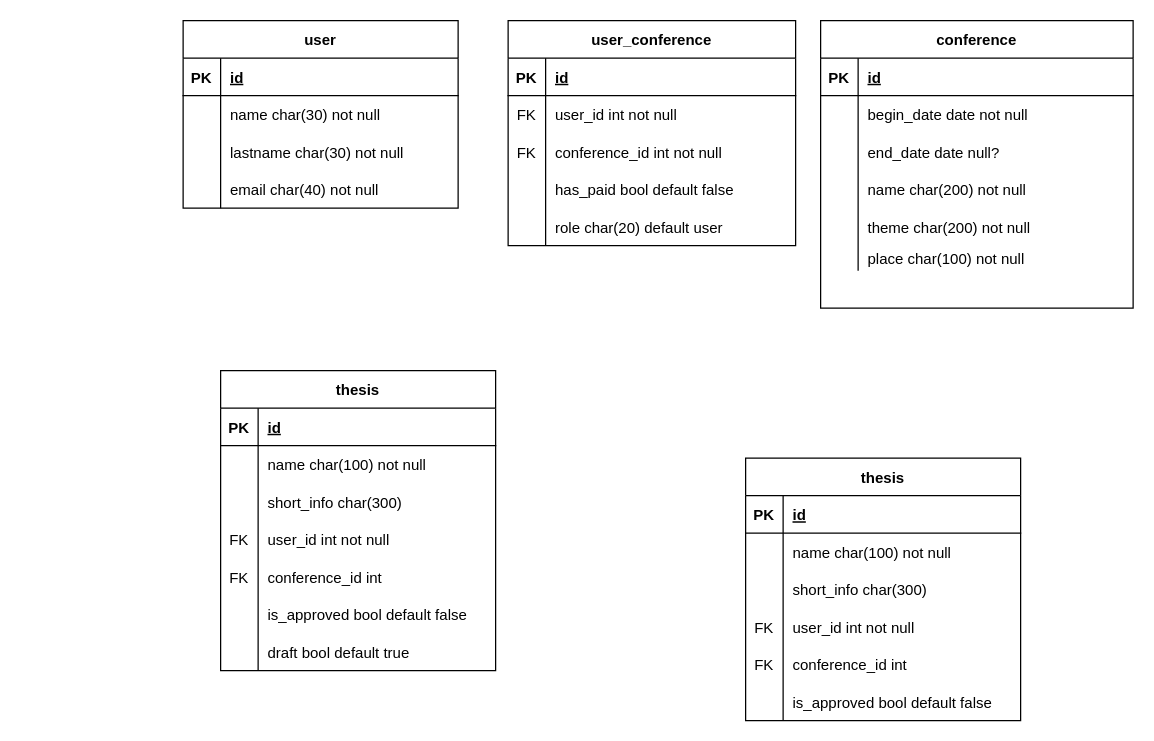
vittrum/dbc_conference keeps this draw.io diagram as ER.drawio. Above is the earlier version. Source tidied: cells renumbered, new cells numbered last; positions are measured from the earlier drawing's top-left corner, leaving out a move shared by most shapes. Both pictures are drawn from the tidied source at 125%, with x=0, y=0 at pixel (182, 20).
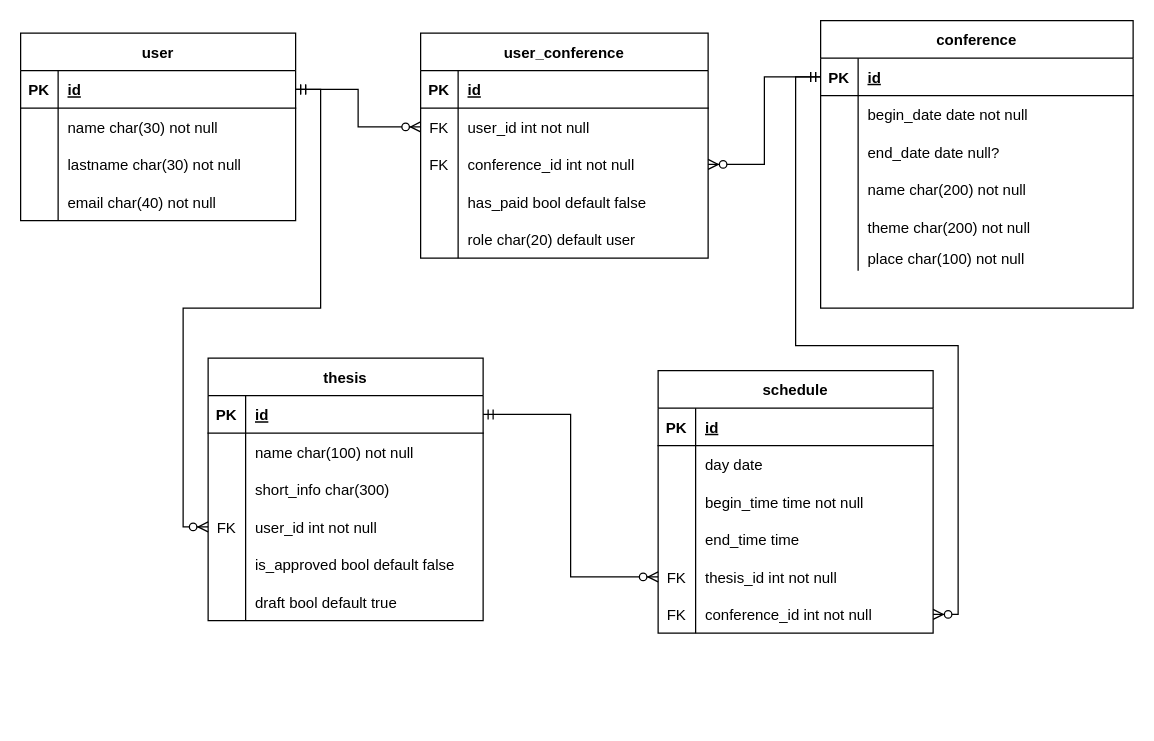
The same diagram, later.

The change refers to these unchanged cells:
```xml
<mxCell id="3" style="shape=partialRectangle;fillColor=none;points=[[0,0.5],[1,0.5]];portConstraint=eastwest;top=0;left=0;right=0;bottom=1;" parent="2" vertex="1">
  <mxGeometry y="30" width="220" height="30" as="geometry" />
</mxCell>
<mxCell id="16" style="shape=partialRectangle;fillColor=none;points=[[0,0.5],[1,0.5]];portConstraint=eastwest;top=0;left=0;right=0;bottom=1;" parent="15" vertex="1">
  <mxGeometry y="30" width="250" height="30" as="geometry" />
</mxCell>
<mxCell id="38" style="shape=partialRectangle;fillColor=none;points=[[0,0.5],[1,0.5]];portConstraint=eastwest;top=0;left=0;right=0;bottom=0;" parent="34" vertex="1">
  <mxGeometry y="60" width="230" height="30" as="geometry" />
</mxCell>
<mxCell id="41" style="shape=partialRectangle;fillColor=none;points=[[0,0.5],[1,0.5]];portConstraint=eastwest;top=0;left=0;right=0;bottom=0;" parent="34" vertex="1">
  <mxGeometry y="90" width="230" height="30" as="geometry" />
</mxCell>
<mxCell id="51" style="shape=partialRectangle;fillColor=none;points=[[0,0.5],[1,0.5]];portConstraint=eastwest;top=0;left=0;right=0;bottom=1;" parent="50" vertex="1">
  <mxGeometry y="30" width="220" height="30" as="geometry" />
</mxCell>
<mxCell id="60" style="shape=partialRectangle;fillColor=none;points=[[0,0.5],[1,0.5]];portConstraint=eastwest;top=0;left=0;right=0;bottom=0;" parent="50" vertex="1">
  <mxGeometry y="120" width="220" height="30" as="geometry" />
</mxCell>
<mxCell id="76" style="shape=partialRectangle;fillColor=none;top=0;left=0;right=0;bottom=0;" parent="72" vertex="1">
  <mxGeometry y="60" width="220" height="30" as="geometry" />
</mxCell>
<mxCell id="79" style="shape=partialRectangle;fillColor=none;top=0;left=0;right=0;bottom=0;" parent="72" vertex="1">
  <mxGeometry y="90" width="220" height="30" as="geometry" />
</mxCell>
<mxCell id="82" style="shape=partialRectangle;fillColor=none;top=0;left=0;right=0;bottom=0;" parent="72" vertex="1">
  <mxGeometry y="120" width="220" height="30" as="geometry" />
</mxCell>
```

What changed in the source:
```diff
@@
     <mxCell id="2" value="user" style="shape=table;startSize=30;childLayout=tableLayout;rowLines=0;fontStyle=1;align=center;" parent="1" vertex="1">
-      <mxGeometry width="220" height="150" as="geometry" />
+      <mxGeometry x="-130" y="10" width="220" height="150" as="geometry" />
     </mxCell>
@@
     <mxCell id="34" value="user_conference" style="shape=table;startSize=30;childLayout=tableLayout;rowLines=0;fontStyle=1;align=center;" parent="1" vertex="1">
-      <mxGeometry x="260" width="230" height="180" as="geometry" />
+      <mxGeometry x="190" y="10" width="230" height="180" as="geometry" />
     </mxCell>
@@
     <mxCell id="50" value="thesis" style="shape=table;startSize=30;childLayout=tableLayout;rowLines=0;fontStyle=1;align=center;" parent="1" vertex="1">
-      <mxGeometry x="30" y="280" width="220" height="240" as="geometry" />
+      <mxGeometry x="20" y="270" width="220" height="210" as="geometry" />
     </mxCell>
@@
-    <mxCell id="63" style="shape=partialRectangle;fillColor=none;top=0;left=0;right=0;bottom=0;" parent="50" vertex="1">
-      <mxGeometry y="150" width="220" height="30" as="geometry" />
-    </mxCell>
-    <mxCell id="64" value="FK" style="shape=partialRectangle;overflow=hidden;fillColor=none;top=0;left=0;bottom=0;right=0;" parent="63" vertex="1">
-      <mxGeometry width="30" height="30" as="geometry" />
-    </mxCell>
-    <mxCell id="65" value="conference_id int" style="shape=partialRectangle;overflow=hidden;fillColor=none;top=0;left=0;bottom=0;right=0;align=left;spacingLeft=6;" parent="63" vertex="1">
-      <mxGeometry x="30" width="190" height="30" as="geometry" />
-    </mxCell>
     <mxCell id="66" style="shape=partialRectangle;fillColor=none;top=0;left=0;right=0;bottom=0;" parent="50" vertex="1">
-      <mxGeometry y="180" width="220" height="30" as="geometry" />
+      <mxGeometry y="150" width="220" height="30" as="geometry" />
     </mxCell>
@@
     <mxCell id="69" style="shape=partialRectangle;fillColor=none;top=0;left=0;right=0;bottom=0;" parent="50" vertex="1">
-      <mxGeometry y="210" width="220" height="30" as="geometry" />
+      <mxGeometry y="180" width="220" height="30" as="geometry" />
     </mxCell>
@@
-    <mxCell id="72" value="thesis" style="shape=table;startSize=30;childLayout=tableLayout;rowLines=0;fontStyle=1;align=center;" parent="1" vertex="1">
-      <mxGeometry x="450" y="350" width="220" height="210" as="geometry" />
+    <mxCell id="72" value="schedule" style="shape=table;startSize=30;childLayout=tableLayout;rowLines=0;fontStyle=1;align=center;" parent="1" vertex="1">
+      <mxGeometry x="380" y="280" width="220" height="210" as="geometry" />
     </mxCell>
@@
-    <mxCell id="78" value="name char(100) not null" style="shape=partialRectangle;overflow=hidden;fillColor=none;top=0;left=0;bottom=0;right=0;align=left;spacingLeft=6;" parent="76" vertex="1">
+    <mxCell id="78" value="day date" style="shape=partialRectangle;overflow=hidden;fillColor=none;top=0;left=0;bottom=0;right=0;align=left;spacingLeft=6;" parent="76" vertex="1">
       <mxGeometry x="30" width="190" height="30" as="geometry" />
     </mxCell>
@@
-    <mxCell id="81" value="short_info char(300) " style="shape=partialRectangle;overflow=hidden;fillColor=none;top=0;left=0;bottom=0;right=0;align=left;spacingLeft=6;" parent="79" vertex="1">
+    <mxCell id="81" value="begin_time time not null" style="shape=partialRectangle;overflow=hidden;fillColor=none;top=0;left=0;bottom=0;right=0;align=left;spacingLeft=6;" parent="79" vertex="1">
       <mxGeometry x="30" width="190" height="30" as="geometry" />
     </mxCell>
@@
-    <mxCell id="83" value="FK" style="shape=partialRectangle;overflow=hidden;fillColor=none;top=0;left=0;bottom=0;right=0;" parent="82" vertex="1">
+    <mxCell id="83" style="shape=partialRectangle;overflow=hidden;fillColor=none;top=0;left=0;bottom=0;right=0;" parent="82" vertex="1">
       <mxGeometry width="30" height="30" as="geometry" />
     </mxCell>
-    <mxCell id="84" value="user_id int not null" style="shape=partialRectangle;overflow=hidden;fillColor=none;top=0;left=0;bottom=0;right=0;align=left;spacingLeft=6;" parent="82" vertex="1">
+    <mxCell id="84" value="end_time time " style="shape=partialRectangle;overflow=hidden;fillColor=none;top=0;left=0;bottom=0;right=0;align=left;spacingLeft=6;" parent="82" vertex="1">
       <mxGeometry x="30" width="190" height="30" as="geometry" />
     </mxCell>
-    <mxCell id="85" style="shape=partialRectangle;fillColor=none;top=0;left=0;right=0;bottom=0;" parent="72" vertex="1">
-      <mxGeometry y="150" width="220" height="30" as="geometry" />
-    </mxCell>
-    <mxCell id="86" value="FK" style="shape=partialRectangle;overflow=hidden;fillColor=none;top=0;left=0;bottom=0;right=0;" parent="85" vertex="1">
-      <mxGeometry width="30" height="30" as="geometry" />
-    </mxCell>
-    <mxCell id="87" value="conference_id int" style="shape=partialRectangle;overflow=hidden;fillColor=none;top=0;left=0;bottom=0;right=0;align=left;spacingLeft=6;" parent="85" vertex="1">
-      <mxGeometry x="30" width="190" height="30" as="geometry" />
-    </mxCell>
     <mxCell id="88" style="shape=partialRectangle;fillColor=none;points=[[0,0.5],[1,0.5]];portConstraint=eastwest;top=0;left=0;right=0;bottom=0;" parent="72" vertex="1">
-      <mxGeometry y="180" width="220" height="30" as="geometry" />
+      <mxGeometry y="150" width="220" height="30" as="geometry" />
     </mxCell>
-    <mxCell id="89" style="shape=partialRectangle;overflow=hidden;fillColor=none;top=0;left=0;bottom=0;right=0;" parent="88" vertex="1">
+    <mxCell id="89" value="FK" style="shape=partialRectangle;overflow=hidden;fillColor=none;top=0;left=0;bottom=0;right=0;" parent="88" vertex="1">
       <mxGeometry width="30" height="30" as="geometry" />
     </mxCell>
-    <mxCell id="90" value="is_approved bool default false" style="shape=partialRectangle;overflow=hidden;fillColor=none;top=0;left=0;bottom=0;right=0;align=left;spacingLeft=6;" parent="88" vertex="1">
+    <mxCell id="90" value="thesis_id int not null" style="shape=partialRectangle;overflow=hidden;fillColor=none;top=0;left=0;bottom=0;right=0;align=left;spacingLeft=6;" parent="88" vertex="1">
       <mxGeometry x="30" width="190" height="30" as="geometry" />
     </mxCell>
+    <mxCell id="91" style="shape=partialRectangle;fillColor=none;points=[[0,0.5],[1,0.5]];portConstraint=eastwest;top=0;left=0;right=0;bottom=0;" parent="72" vertex="1">
+      <mxGeometry y="180" width="220" height="30" as="geometry" />
+    </mxCell>
+    <mxCell id="92" value="FK" style="shape=partialRectangle;overflow=hidden;fillColor=none;top=0;left=0;bottom=0;right=0;" parent="91" vertex="1">
+      <mxGeometry width="30" height="30" as="geometry" />
+    </mxCell>
+    <mxCell id="93" value="conference_id int not null" style="shape=partialRectangle;overflow=hidden;fillColor=none;top=0;left=0;bottom=0;right=0;align=left;spacingLeft=6;" parent="91" vertex="1">
+      <mxGeometry x="30" width="190" height="30" as="geometry" />
+    </mxCell>
+    <mxCell id="94" style="edgeStyle=orthogonalEdgeStyle;rounded=0;jettySize=auto;html=1;entryX=1;entryY=0.5;entryDx=0;entryDy=0;startArrow=ERmandOne;startFill=0;endArrow=ERzeroToMany;endFill=1;" parent="1" edge="1" source="16" target="41">
+      <mxGeometry relative="1" as="geometry" />
+    </mxCell>
+    <mxCell id="95" style="edgeStyle=orthogonalEdgeStyle;rounded=0;jettySize=auto;html=1;entryX=0;entryY=0.5;entryDx=0;entryDy=0;startArrow=ERmandOne;startFill=0;endArrow=ERzeroToMany;endFill=1;" parent="1" edge="1" source="3" target="38">
+      <mxGeometry relative="1" as="geometry" />
+    </mxCell>
+    <mxCell id="96" style="edgeStyle=orthogonalEdgeStyle;rounded=0;jettySize=auto;html=1;entryX=0;entryY=0.5;entryDx=0;entryDy=0;startArrow=ERmandOne;startFill=0;endArrow=ERzeroToMany;endFill=1;" parent="1" edge="1" source="3" target="60">
+      <mxGeometry relative="1" as="geometry" />
+    </mxCell>
+    <mxCell id="97" style="edgeStyle=orthogonalEdgeStyle;rounded=0;jettySize=auto;html=1;entryX=1;entryY=0.5;entryDx=0;entryDy=0;startArrow=ERmandOne;startFill=0;endArrow=ERzeroToMany;endFill=1;" parent="1" edge="1" source="16" target="91">
+      <mxGeometry relative="1" as="geometry" />
+    </mxCell>
+    <mxCell id="98" style="edgeStyle=orthogonalEdgeStyle;rounded=0;jettySize=auto;html=1;entryX=0;entryY=0.5;entryDx=0;entryDy=0;startArrow=ERmandOne;startFill=0;endArrow=ERzeroToMany;endFill=1;" parent="1" edge="1" source="51" target="88">
+      <mxGeometry relative="1" as="geometry" />
+    </mxCell>
```
